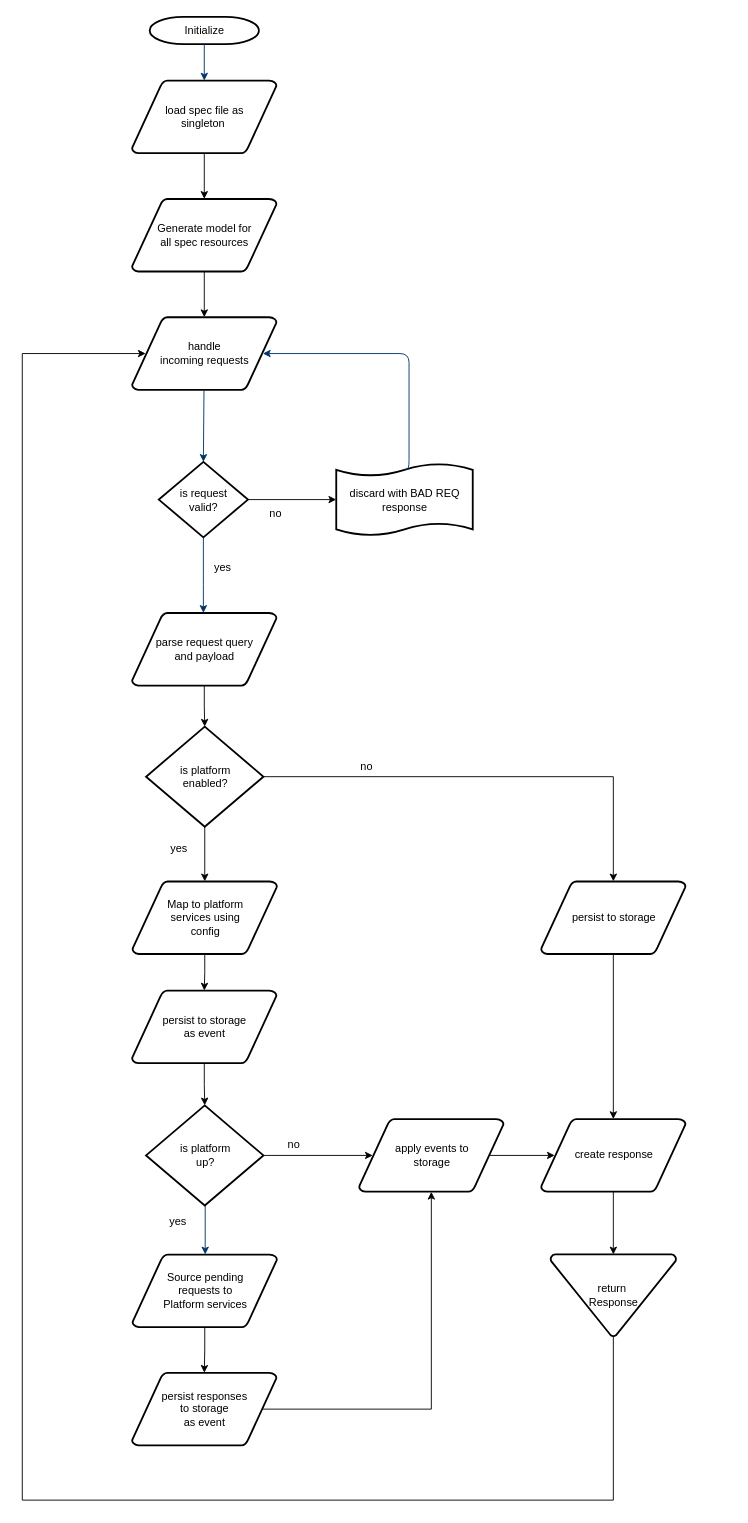
This is fpalogicflow.drawio from jayanthkmr/architecture-diagrams, a draw.io file, before an edit. Source tidied: cells renumbered, new cells numbered last; positions are measured from the earlier drawing's top-left corner, leaving out a move shared by most shapes. Both pictures are drawn from the tidied source at 91%, with x=0, y=0 at pixel (22, 16).
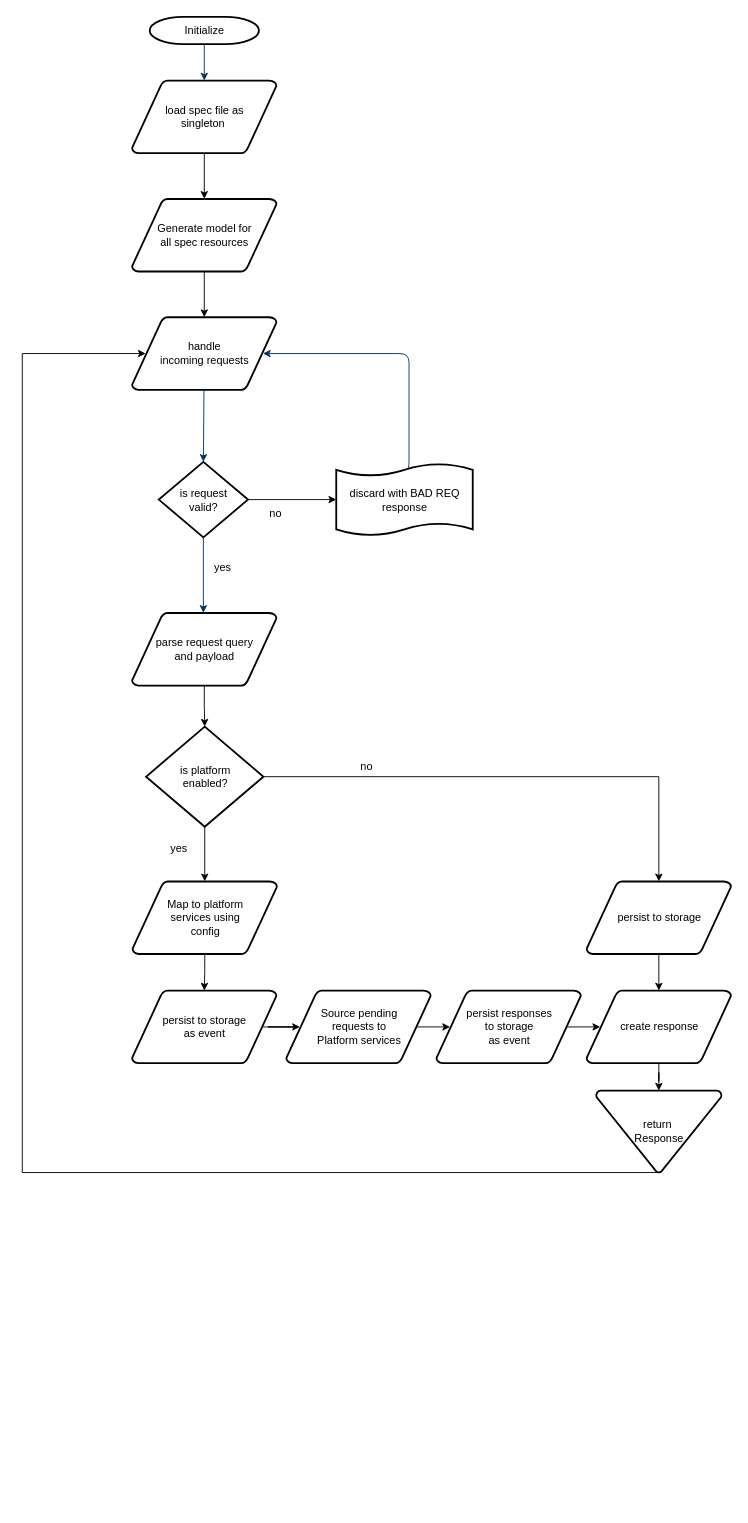
The same diagram, later.

The change refers to these unchanged cells:
```xml
<mxCell id="7" value="handle&lt;br&gt;incoming requests" style="shape=mxgraph.flowchart.data;strokeWidth=2;gradientColor=none;gradientDirection=north;fontStyle=0;html=1;" parent="1" vertex="1">
  <mxGeometry x="120.5" y="330" width="159" height="80" as="geometry" />
</mxCell>
<mxCell id="36" value="persist to storage&lt;br&gt;as event" style="shape=mxgraph.flowchart.data;strokeWidth=2;gradientColor=none;gradientDirection=north;fontStyle=0;html=1;" parent="1" vertex="1">
  <mxGeometry x="120.5" y="1070" width="159" height="80" as="geometry" />
</mxCell>
```

Diff of the diagram source:
```diff
@@
-    <mxCell id="15" style="edgeStyle=elbowEdgeStyle;elbow=horizontal;exitX=0.5;exitY=1;exitPerimeter=0;fontStyle=1;strokeColor=#003366;strokeWidth=1;html=1;entryX=0.5;entryY=0;entryDx=0;entryDy=0;entryPerimeter=0;" parent="1" edge="1" target="24">
-      <mxGeometry x="10" y="135" as="geometry">
-        <mxPoint x="201" y="1303.5" as="sourcePoint" />
-      </mxGeometry>
-    </mxCell>
@@
-    <mxCell id="20" style="edgeStyle=orthogonalEdgeStyle;rounded=0;jettySize=auto;html=1;exitX=1;exitY=0.5;exitDx=0;exitDy=0;exitPerimeter=0;entryX=0.095;entryY=0.5;entryDx=0;entryDy=0;entryPerimeter=0;" parent="1" edge="1" source="21" target="28">
-      <mxGeometry relative="1" as="geometry" />
-    </mxCell>
-    <mxCell id="21" value="is platform &lt;br&gt;up?" style="shape=mxgraph.flowchart.decision;strokeWidth=2;gradientColor=none;gradientDirection=north;fontStyle=0;html=1;" parent="1" vertex="1">
-      <mxGeometry x="136" y="1196.2" width="129" height="110" as="geometry" />
-    </mxCell>
-    <mxCell id="22" value="yes" style="text;fontStyle=0;html=1;strokeColor=none;gradientColor=none;fillColor=none;strokeWidth=2;" parent="1" vertex="1">
-      <mxGeometry x="160" y="1310" width="40" height="26" as="geometry" />
-    </mxCell>
-    <mxCell id="23" style="edgeStyle=orthogonalEdgeStyle;rounded=0;jettySize=auto;html=1;exitX=0.5;exitY=1;exitDx=0;exitDy=0;exitPerimeter=0;" parent="1" edge="1" source="24" target="26">
+    <mxCell id="23" style="edgeStyle=orthogonalEdgeStyle;rounded=0;jettySize=auto;html=1;exitX=0.905;exitY=0.5;exitDx=0;exitDy=0;exitPerimeter=0;entryX=0.095;entryY=0.5;entryDx=0;entryDy=0;entryPerimeter=0;" parent="1" edge="1" source="24" target="26">
       <mxGeometry relative="1" as="geometry" />
     </mxCell>
     <mxCell id="24" value="Source pending &lt;br&gt;requests to &lt;br&gt;Platform services" style="shape=mxgraph.flowchart.data;strokeWidth=2;gradientColor=none;gradientDirection=north;fontStyle=0;html=1;" parent="1" vertex="1">
-      <mxGeometry x="121" y="1360" width="159" height="80" as="geometry" />
+      <mxGeometry x="290" y="1070" width="159" height="80" as="geometry" />
     </mxCell>
-    <mxCell id="25" style="edgeStyle=orthogonalEdgeStyle;rounded=0;jettySize=auto;html=1;exitX=0.905;exitY=0.5;exitDx=0;exitDy=0;exitPerimeter=0;" parent="1" edge="1" source="26" target="28">
-      <mxGeometry relative="1" as="geometry" />
-    </mxCell>
+    <mxCell id="45" style="edgeStyle=orthogonalEdgeStyle;rounded=0;jettySize=auto;html=1;exitX=0.905;exitY=0.5;exitDx=0;exitDy=0;exitPerimeter=0;entryX=0.095;entryY=0.5;entryDx=0;entryDy=0;entryPerimeter=0;" parent="1" edge="1" source="26" target="31">
+      <mxGeometry relative="1" as="geometry" />
+    </mxCell>
     <mxCell id="26" value="persist responses&lt;br&gt;to storage&lt;br&gt;as event" style="shape=mxgraph.flowchart.data;strokeWidth=2;gradientColor=none;gradientDirection=north;fontStyle=0;html=1;" parent="1" vertex="1">
-      <mxGeometry x="120.5" y="1490" width="159" height="80" as="geometry" />
+      <mxGeometry x="455" y="1070" width="159" height="80" as="geometry" />
     </mxCell>
-    <mxCell id="27" style="edgeStyle=orthogonalEdgeStyle;rounded=0;jettySize=auto;html=1;exitX=0.905;exitY=0.5;exitDx=0;exitDy=0;exitPerimeter=0;entryX=0.095;entryY=0.5;entryDx=0;entryDy=0;entryPerimeter=0;" parent="1" edge="1" source="28" target="31">
-      <mxGeometry relative="1" as="geometry" />
-    </mxCell>
-    <mxCell id="28" value="apply events to&lt;br&gt;storage" style="shape=mxgraph.flowchart.data;strokeWidth=2;gradientColor=none;gradientDirection=north;fontStyle=0;html=1;" parent="1" vertex="1">
-      <mxGeometry x="370" y="1211.2" width="159" height="80" as="geometry" />
-    </mxCell>
-    <mxCell id="29" value="no" style="text;fontStyle=0;html=1;strokeColor=none;gradientColor=none;fillColor=none;strokeWidth=2;" parent="1" vertex="1">
-      <mxGeometry x="290" y="1225" width="40" height="26" as="geometry" />
-    </mxCell>
@@
     <mxCell id="31" value="create response" style="shape=mxgraph.flowchart.data;strokeWidth=2;gradientColor=none;gradientDirection=north;fontStyle=0;html=1;" parent="1" vertex="1">
-      <mxGeometry x="570" y="1211.2" width="159" height="80" as="geometry" />
+      <mxGeometry x="620" y="1070" width="159" height="80" as="geometry" />
     </mxCell>
@@
-    <mxCell id="35" style="edgeStyle=orthogonalEdgeStyle;rounded=0;jettySize=auto;html=1;exitX=0.5;exitY=1;exitDx=0;exitDy=0;exitPerimeter=0;entryX=0.5;entryY=0;entryDx=0;entryDy=0;entryPerimeter=0;" parent="1" edge="1" source="36" target="21">
-      <mxGeometry relative="1" as="geometry" />
-    </mxCell>
+    <mxCell id="46" style="edgeStyle=orthogonalEdgeStyle;rounded=0;jettySize=auto;html=1;exitX=0.905;exitY=0.5;exitDx=0;exitDy=0;exitPerimeter=0;entryX=0.095;entryY=0.5;entryDx=0;entryDy=0;entryPerimeter=0;" parent="1" edge="1" source="36" target="24">
+      <mxGeometry relative="1" as="geometry" />
+    </mxCell>
@@
     <mxCell id="42" value="persist to storage" style="shape=mxgraph.flowchart.data;strokeWidth=2;gradientColor=none;gradientDirection=north;fontStyle=0;html=1;" parent="1" vertex="1">
-      <mxGeometry x="570" y="950" width="159" height="80" as="geometry" />
+      <mxGeometry x="620" y="950" width="159" height="80" as="geometry" />
     </mxCell>
     <mxCell id="43" style="edgeStyle=orthogonalEdgeStyle;rounded=0;jettySize=auto;html=1;exitX=0.5;exitY=1;exitDx=0;exitDy=0;exitPerimeter=0;entryX=0.095;entryY=0.5;entryDx=0;entryDy=0;entryPerimeter=0;" parent="1" edge="1" source="44" target="7">
       <mxGeometry relative="1" as="geometry">
         <Array as="points">
-          <mxPoint x="650" y="1630" />
-          <mxPoint y="1630" />
+          <mxPoint y="1270" />
           <mxPoint y="370" />
         </Array>
       </mxGeometry>
     </mxCell>
     <mxCell id="44" value="return&amp;nbsp;&lt;br&gt;Response" style="strokeWidth=2;html=1;shape=mxgraph.flowchart.merge_or_storage;whiteSpace=wrap;" parent="1" vertex="1">
-      <mxGeometry x="580.5" y="1360" width="138" height="90" as="geometry" />
+      <mxGeometry x="630.5" y="1180" width="138" height="90" as="geometry" />
     </mxCell>
```
